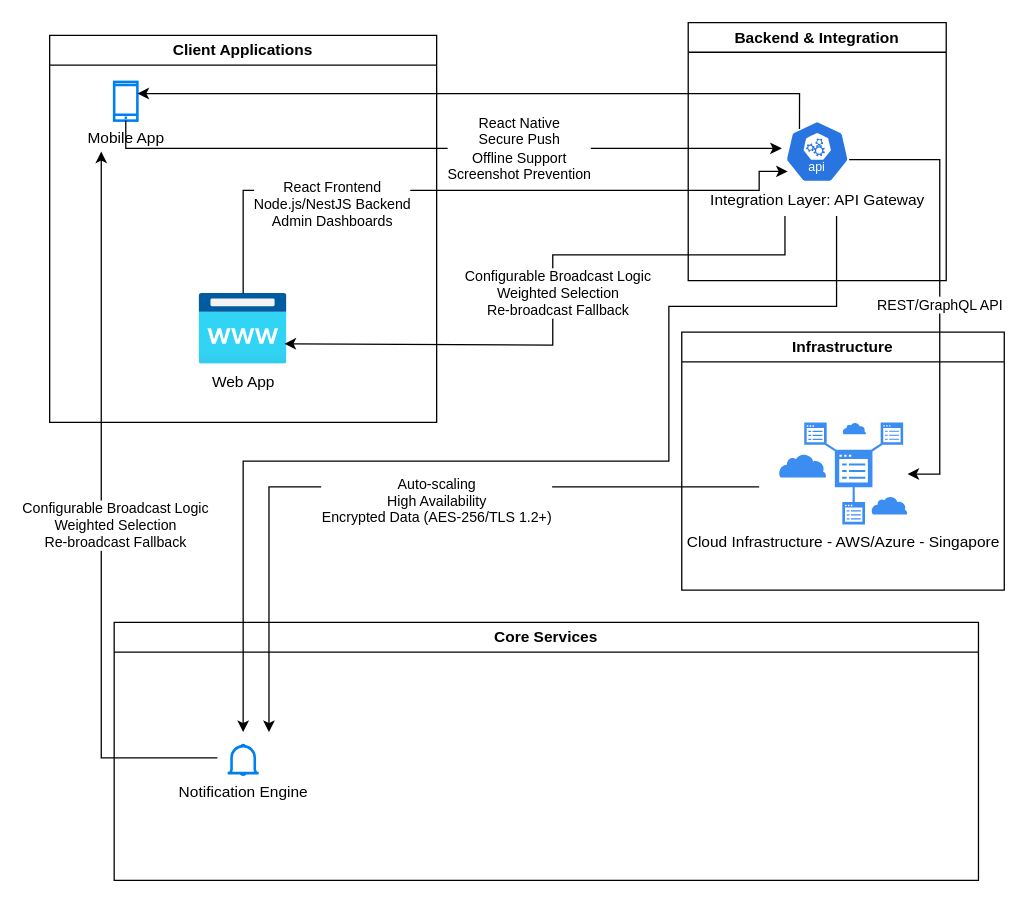
The draw.io diagram cc-cas-aays.drawio in bijay-jena/my-app, before the edit. Source tidied: cells renumbered, new cells numbered last; positions are measured from the earlier drawing's top-left corner, leaving out a move shared by most shapes. Both pictures are drawn from the tidied source at 129%, with x=0, y=0 at pixel (49, 22). Pictures stored in the file or linked from it are replaced by grey dashed boxes.
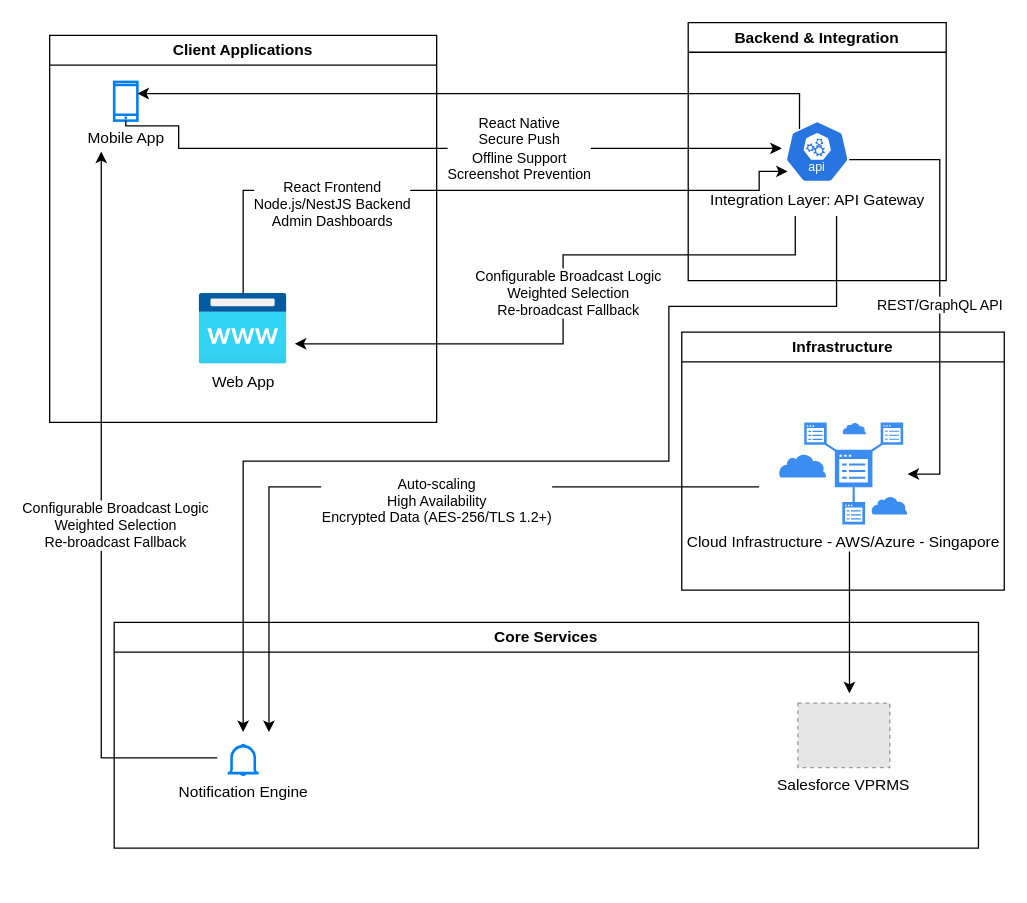
The same page after the edit.

Unchanged cells that the change refers to:
```xml
<mxCell id="4" value="Client Applications" style="swimlane;whiteSpace=wrap;html=1;" parent="1" vertex="1">
  <mxGeometry y="10" width="300" height="300" as="geometry" />
</mxCell>
<mxCell id="5" value="Web App" style="image;html=1;points=[];align=center;fontSize=12;image=img/lib/azure2/app_services/App_Service_Domains.svg;" parent="4" vertex="1">
  <mxGeometry x="116" y="200" width="68" height="55" as="geometry" />
</mxCell>
<mxCell id="6" value="Mobile App" style="html=1;verticalLabelPosition=bottom;align=center;labelBackgroundColor=#ffffff;verticalAlign=top;strokeWidth=2;strokeColor=#0080F0;shadow=0;dashed=0;shape=mxgraph.ios7.icons.smartphone;" parent="4" vertex="1">
  <mxGeometry x="50" y="36" width="18" height="30" as="geometry" />
</mxCell>
<mxCell id="8" value="Integration Layer: API Gateway" style="sketch=0;html=1;dashed=0;whitespace=wrap;verticalLabelPosition=bottom;verticalAlign=top;fillColor=#2875E2;strokeColor=#ffffff;points=[[0.005,0.63,0],[0.1,0.2,0],[0.9,0.2,0],[0.5,0,0],[0.995,0.63,0],[0.72,0.99,0],[0.5,1,0],[0.28,0.99,0]];shape=mxgraph.kubernetes.icon2;kubernetesLabel=1;prIcon=api;" parent="7" vertex="1">
  <mxGeometry x="75" y="76" width="50" height="48" as="geometry" />
</mxCell>
```

What changed in the source:
```diff
@@
     <mxCell id="2" value="Core Services" style="swimlane;whiteSpace=wrap;html=1;" parent="1" vertex="1">
-      <mxGeometry x="50" y="465" width="670" height="200" as="geometry" />
+      <mxGeometry x="50" y="465" width="670" height="175" as="geometry" />
     </mxCell>
@@
+    <mxCell id="25" value="Salesforce VPRMS" style="fillColor=#E6E6E6;strokeColor=#999999;dashed=1;verticalLabelPosition=bottom;verticalAlign=top;" parent="2" vertex="1">
+      <mxGeometry x="530" y="62.5" width="71.3" height="50" as="geometry" />
+    </mxCell>
@@
+    <mxCell id="10" style="edgeStyle=orthogonalEdgeStyle;rounded=0;orthogonalLoop=1;jettySize=auto;html=1;entryX=0.971;entryY=0.709;entryDx=0;entryDy=0;entryPerimeter=0;" parent="4" edge="1">
+      <mxGeometry relative="1" as="geometry">
+        <mxPoint x="578" y="140" as="sourcePoint" />
+        <mxPoint x="190" y="239" as="targetPoint" />
+        <Array as="points">
+          <mxPoint x="578" y="170" />
+          <mxPoint x="398" y="170" />
+          <mxPoint x="398" y="239" />
+        </Array>
+      </mxGeometry>
+    </mxCell>
+    <mxCell id="11" value="&lt;div&gt;Configurable Broadcast Logic&lt;/div&gt;&lt;div&gt;Weighted Selection&lt;/div&gt;&lt;div&gt;Re-broadcast Fallback&lt;/div&gt;" style="edgeLabel;html=1;align=center;verticalAlign=middle;" parent="10" vertex="1">
+      <mxGeometry x="-0.04" y="3" relative="1" as="geometry">
+        <mxPoint y="5" as="offset" />
+      </mxGeometry>
+    </mxCell>
@@
-    <mxCell id="10" style="edgeStyle=orthogonalEdgeStyle;rounded=0;jettySize=auto;html=1;entryX=0.971;entryY=0.709;entryDx=0;entryDy=0;entryPerimeter=0;" parent="1" edge="1" target="5">
-      <mxGeometry relative="1" as="geometry">
-        <mxPoint x="570" y="150" as="sourcePoint" />
-        <Array as="points">
-          <mxPoint x="570" y="180" />
-          <mxPoint x="390" y="180" />
-          <mxPoint x="390" y="250" />
-          <mxPoint x="182" y="250" />
-        </Array>
-      </mxGeometry>
-    </mxCell>
-    <mxCell id="11" value="&lt;div&gt;Configurable Broadcast Logic&lt;/div&gt;&lt;div&gt;Weighted Selection&lt;/div&gt;&lt;div&gt;Re-broadcast Fallback&lt;/div&gt;" style="edgeLabel;html=1;align=center;verticalAlign=middle;" parent="10" vertex="1">
-      <mxGeometry x="-0.04" y="3" relative="1" as="geometry">
-        <mxPoint y="5" as="offset" />
-      </mxGeometry>
-    </mxCell>
     <mxCell id="12" style="edgeStyle=orthogonalEdgeStyle;rounded=0;jettySize=auto;html=1;entryX=-0.049;entryY=0.448;entryDx=0;entryDy=0;entryPerimeter=0;" parent="1" edge="1" source="6" target="8">
       <mxGeometry relative="1" as="geometry">
         <Array as="points">
-          <mxPoint x="59" y="98" />
+          <mxPoint x="59" y="80" />
+          <mxPoint x="100" y="80" />
+          <mxPoint x="100" y="98" />
         </Array>
       </mxGeometry>
     </mxCell>
@@
+    <mxCell id="26" style="endArrow=classic;html=1;rounded=0;" parent="1" edge="1">
+      <mxGeometry relative="1" as="geometry">
+        <mxPoint x="620" y="410" as="sourcePoint" />
+        <mxPoint x="620" y="520" as="targetPoint" />
+      </mxGeometry>
+    </mxCell>
```
